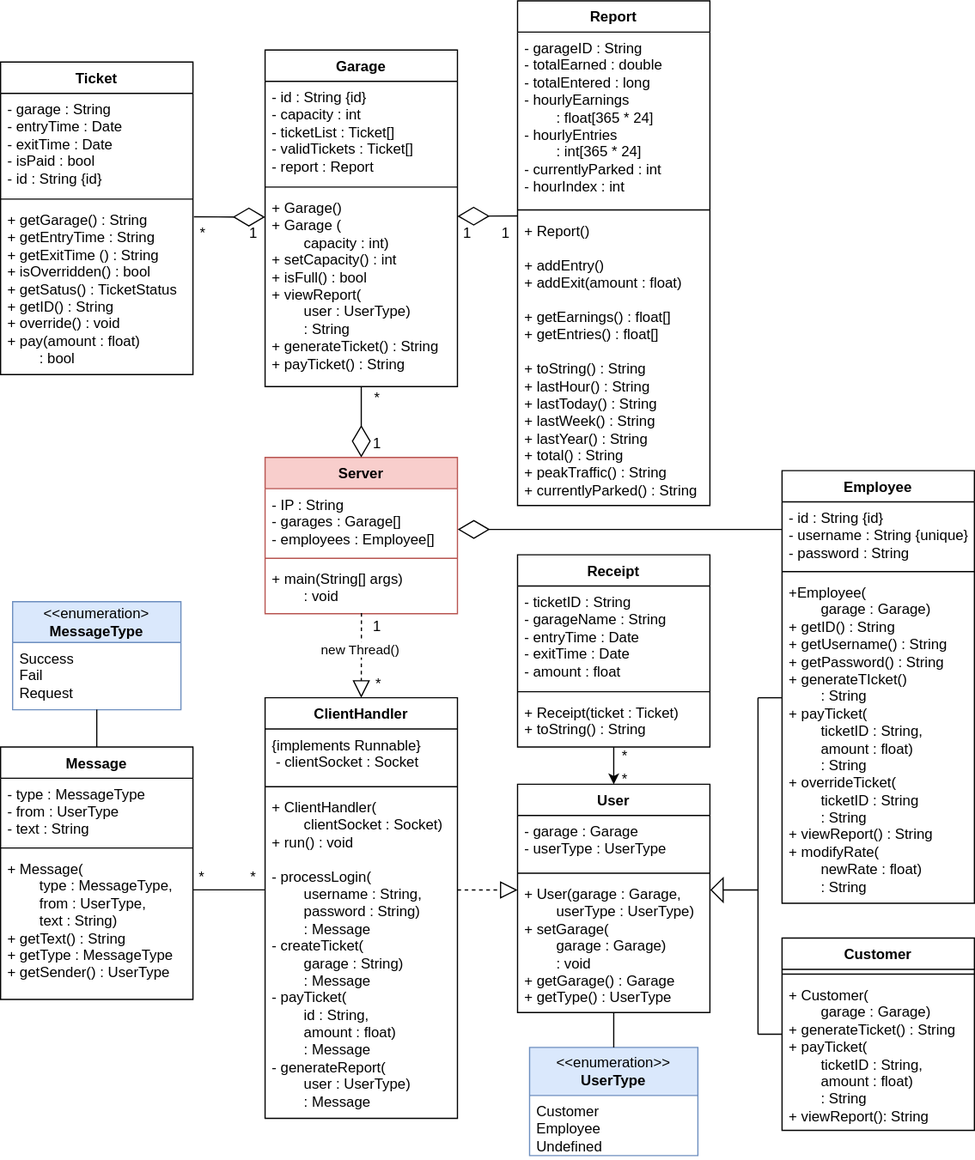
This is design/Diagrams/ServerSideFull.svg from CSUEB-CS401-02-SP25-Group-Project-1/parking-garage-system, a draw.io export, as it was before one commit. Source tidied: cells renumbered, new cells last; positions are measured from the earlier drawing's top-left corner, leaving out a move shared by most shapes.
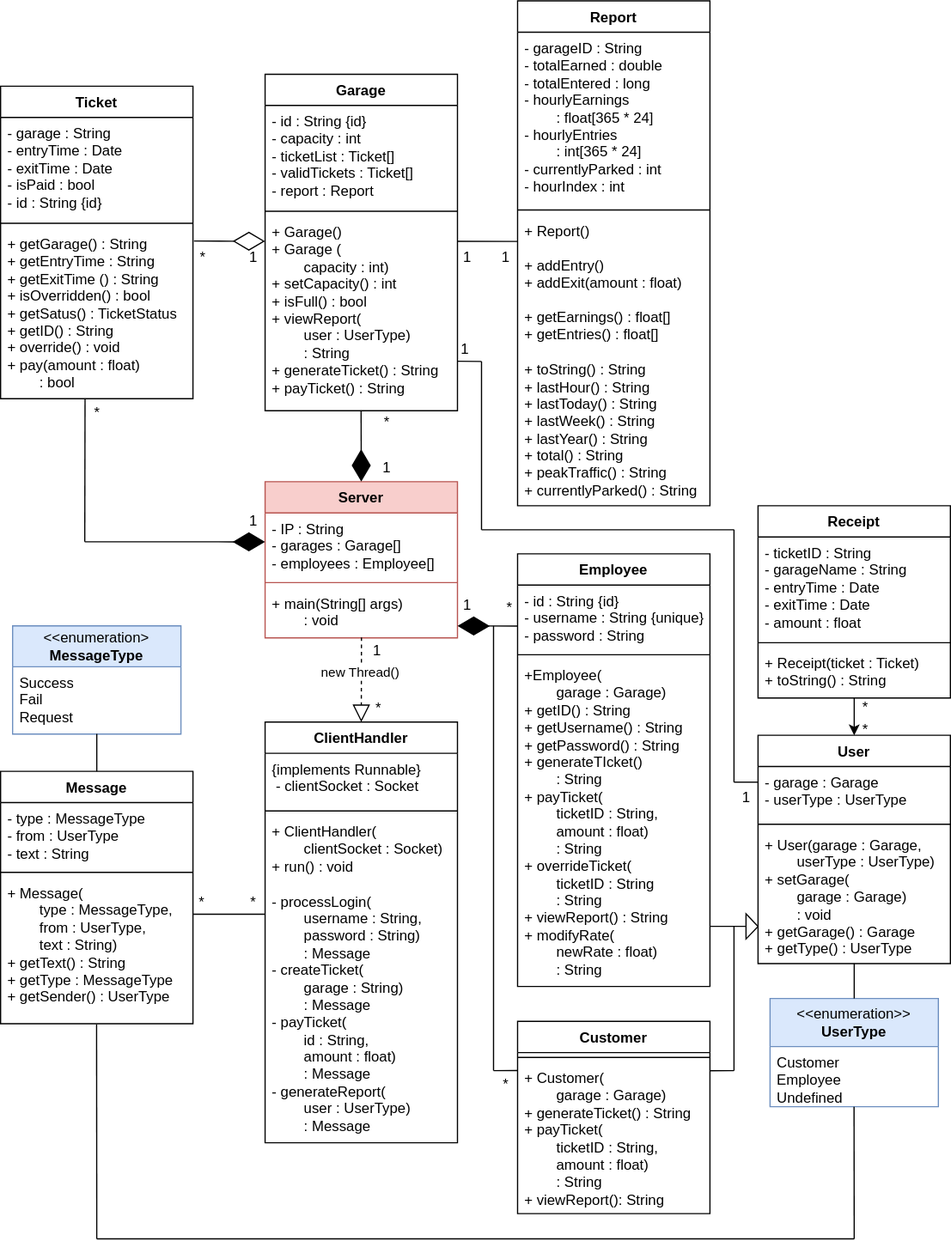
Later version of the same file.

Commit message:
Edited ServerSideDiagram relationships to accurately reflect their interactions

The edit, as a diff of the source:
```diff
@@ -57,7 +57,7 @@
       <mxGeometry y="34" width="140" height="56" as="geometry" />
     </mxCell>
     <mxCell id="20" value="Receipt" style="swimlane;fontStyle=1;align=center;verticalAlign=top;horizontal=1;startSize=26;whiteSpace=wrap;html=1;" parent="1" vertex="1">
-      <mxGeometry x="430" y="461" width="160" height="160" as="geometry" />
+      <mxGeometry x="630" y="400" width="160" height="160" as="geometry" />
     </mxCell>
     <mxCell id="21" value="&lt;div&gt;- ticketID : String&lt;/div&gt;&lt;div&gt;- garageName : String&lt;/div&gt;&lt;div&gt;- entryTime : Date&lt;/div&gt;&lt;div&gt;- exitTime : Date&lt;/div&gt;&lt;div&gt;- amount : float&lt;/div&gt;" style="text;strokeColor=none;fillColor=none;align=left;verticalAlign=top;spacingLeft=4;spacingRight=4;overflow=hidden;whiteSpace=wrap;html=1;" parent="20" vertex="1">
       <mxGeometry y="26" width="160" height="84" as="geometry" />
@@ -69,7 +69,7 @@
       <mxGeometry y="118" width="160" height="42" as="geometry" />
     </mxCell>
     <mxCell id="24" value="Customer" style="swimlane;fontStyle=1;align=center;verticalAlign=top;horizontal=1;startSize=26;whiteSpace=wrap;html=1;" parent="1" vertex="1">
-      <mxGeometry x="650" y="780" width="160" height="160" as="geometry" />
+      <mxGeometry x="430" y="829" width="160" height="160" as="geometry" />
     </mxCell>
     <mxCell id="25" value="&#10;" style="line;strokeWidth=1;fillColor=none;align=left;verticalAlign=middle;spacingTop=-1;spacingLeft=3;spacingRight=3;labelPosition=right;strokeColor=inherit;" parent="24" vertex="1">
       <mxGeometry y="26" width="160" height="8" as="geometry" />
@@ -78,7 +78,7 @@
       <mxGeometry y="34" width="160" height="126" as="geometry" />
     </mxCell>
     <mxCell id="27" value="User" style="swimlane;fontStyle=1;align=center;verticalAlign=top;horizontal=1;startSize=26;whiteSpace=wrap;html=1;" parent="1" vertex="1">
-      <mxGeometry x="430" y="652" width="160" height="190" as="geometry" />
+      <mxGeometry x="630" y="591" width="160" height="190" as="geometry" />
     </mxCell>
     <mxCell id="28" value="&lt;div&gt;- garage : Garage&lt;/div&gt;&lt;div&gt;- userType : UserType&lt;/div&gt;" style="text;strokeColor=none;fillColor=none;align=left;verticalAlign=top;spacingLeft=4;spacingRight=4;overflow=hidden;whiteSpace=wrap;html=1;" parent="27" vertex="1">
       <mxGeometry y="26" width="160" height="44" as="geometry" />
@@ -90,13 +90,13 @@
       <mxGeometry y="78" width="160" height="112" as="geometry" />
     </mxCell>
     <mxCell id="31" value="&lt;div&gt;&amp;lt;&amp;lt;enumeration&amp;gt;&amp;gt;&lt;/div&gt;&lt;div&gt;&lt;b&gt;UserType&lt;/b&gt;&lt;/div&gt;" style="swimlane;fontStyle=0;horizontal=1;startSize=40;fillColor=#dae8fc;whiteSpace=wrap;html=1;strokeColor=#6c8ebf;" parent="1" vertex="1">
-      <mxGeometry x="440" y="871" width="140" height="90" as="geometry" />
+      <mxGeometry x="640" y="810" width="140" height="90" as="geometry" />
     </mxCell>
     <mxCell id="32" value="&lt;div&gt;Customer&lt;/div&gt;&lt;div&gt;Employee&lt;/div&gt;&lt;div&gt;Undefined&lt;/div&gt;" style="text;strokeColor=none;fillColor=none;align=left;verticalAlign=top;spacingLeft=4;spacingRight=4;overflow=hidden;points=[[0,0.5],[1,0.5]];portConstraint=eastwest;whiteSpace=wrap;html=1;" parent="31" vertex="1">
       <mxGeometry y="40" width="140" height="50" as="geometry" />
     </mxCell>
     <mxCell id="33" value="Employee" style="swimlane;fontStyle=1;align=center;verticalAlign=top;horizontal=1;startSize=26;whiteSpace=wrap;html=1;" parent="1" vertex="1">
-      <mxGeometry x="650" y="391" width="160" height="360" as="geometry" />
+      <mxGeometry x="430" y="440" width="160" height="360" as="geometry" />
     </mxCell>
     <mxCell id="34" value="&lt;div&gt;- id : String {id}&lt;/div&gt;&lt;div&gt;- username : String {unique}&lt;/div&gt;&lt;div&gt;- password : String&lt;/div&gt;&lt;div&gt;&lt;br&gt;&lt;/div&gt;&lt;div&gt;&lt;br&gt;&lt;/div&gt;" style="text;strokeColor=none;fillColor=none;align=left;verticalAlign=top;spacingLeft=4;spacingRight=4;overflow=hidden;points=[[0,0.5],[1,0.5]];portConstraint=eastwest;whiteSpace=wrap;html=1;" parent="33" vertex="1">
       <mxGeometry y="26" width="160" height="54" as="geometry" />
@@ -120,7 +120,7 @@
       <mxGeometry y="118" width="160" height="162" as="geometry" />
     </mxCell>
     <mxCell id="41" value="Report" style="swimlane;fontStyle=1;align=center;verticalAlign=top;horizontal=1;startSize=26;whiteSpace=wrap;html=1;" parent="1" vertex="1">
-      <mxGeometry x="430" width="160" height="420" as="geometry" />
+      <mxGeometry x="430" y="-20" width="160" height="420" as="geometry" />
     </mxCell>
     <mxCell id="42" value="&lt;div&gt;- garageID : String&lt;/div&gt;&lt;div&gt;- totalEarned : double&lt;/div&gt;&lt;div&gt;- totalEntered : long&lt;/div&gt;&lt;div&gt;- hourlyEarnings&lt;/div&gt;&lt;div&gt;&lt;span style=&quot;white-space: pre;&quot;&gt;&#9;&lt;/span&gt;: float[365 * 24]&lt;/div&gt;&lt;div&gt;- hourlyEntries&lt;/div&gt;&lt;div&gt;&lt;span style=&quot;white-space: pre;&quot;&gt;&#9;&lt;/span&gt;: int[365 * 24]&lt;/div&gt;&lt;div&gt;- currentlyParked : int&lt;/div&gt;&lt;div&gt;- hourIndex : int&lt;/div&gt;" style="text;strokeColor=none;fillColor=none;align=left;verticalAlign=top;spacingLeft=4;spacingRight=4;overflow=hidden;whiteSpace=wrap;html=1;" parent="41" vertex="1">
       <mxGeometry y="26" width="160" height="144" as="geometry" />
@@ -134,42 +134,14 @@
     <mxCell id="45" style="endArrow=none;html=1;rounded=0;entryX=0.5;entryY=0;entryDx=0;entryDy=0;exitX=0.5;exitY=0.999;exitDx=0;exitDy=0;exitPerimeter=0;" parent="1" edge="1" source="30" target="31">
       <mxGeometry relative="1" as="geometry" />
     </mxCell>
-    <mxCell id="46" style="triangle;whiteSpace=wrap;html=1;rotation=-180;" parent="1" vertex="1">
-      <mxGeometry x="591" y="730" width="10" height="20" as="geometry" />
-    </mxCell>
-    <mxCell id="47" style="endArrow=none;html=1;rounded=0;exitX=0;exitY=0.5;exitDx=0;exitDy=0;" parent="1" edge="1" source="46">
-      <mxGeometry relative="1" as="geometry">
-        <mxPoint x="630" y="740" as="targetPoint" />
-      </mxGeometry>
-    </mxCell>
-    <mxCell id="48" style="endArrow=none;html=1;rounded=0;entryX=0.001;entryY=0.365;entryDx=0;entryDy=0;entryPerimeter=0;" parent="1" edge="1" target="26">
-      <mxGeometry relative="1" as="geometry">
-        <mxPoint x="630" y="860" as="sourcePoint" />
-      </mxGeometry>
-    </mxCell>
-    <mxCell id="49" style="endArrow=none;html=1;rounded=0;" parent="1" edge="1">
-      <mxGeometry relative="1" as="geometry">
-        <mxPoint x="630" y="580" as="sourcePoint" />
-        <mxPoint x="650" y="580" as="targetPoint" />
-      </mxGeometry>
-    </mxCell>
-    <mxCell id="50" style="endArrow=none;html=1;rounded=0;" parent="1" edge="1">
-      <mxGeometry relative="1" as="geometry">
-        <mxPoint x="630" y="860" as="sourcePoint" />
-        <mxPoint x="630" y="580" as="targetPoint" />
-      </mxGeometry>
-    </mxCell>
     <mxCell id="51" style="endArrow=classic;html=1;rounded=0;entryX=0.5;entryY=0;entryDx=0;entryDy=0;exitX=0.5;exitY=1.003;exitDx=0;exitDy=0;exitPerimeter=0;" parent="1" edge="1" source="23" target="27">
       <mxGeometry relative="1" as="geometry" />
     </mxCell>
-    <mxCell id="52" style="endArrow=diamondThin;endFill=0;endSize=24;html=1;rounded=0;entryX=0.5;entryY=0;entryDx=0;entryDy=0;exitX=0.5;exitY=1.002;exitDx=0;exitDy=0;exitPerimeter=0;" parent="1" edge="1" source="40" target="2">
-      <mxGeometry relative="1" as="geometry" />
-    </mxCell>
     <mxCell id="53" value="*" style="text;html=1;align=center;verticalAlign=middle;strokeColor=none;fillColor=none;" parent="1" vertex="1">
-      <mxGeometry x="504" y="614" width="30" height="30" as="geometry" />
+      <mxGeometry x="704" y="553" width="30" height="30" as="geometry" />
     </mxCell>
     <mxCell id="54" value="*" style="text;html=1;align=center;verticalAlign=middle;strokeColor=none;fillColor=none;" parent="1" vertex="1">
-      <mxGeometry x="504" y="633" width="30" height="30" as="geometry" />
+      <mxGeometry x="704" y="572" width="30" height="30" as="geometry" />
     </mxCell>
     <mxCell id="55" style="endArrow=block;dashed=1;endFill=0;endSize=12;html=1;rounded=0;exitX=0.501;exitY=0.989;exitDx=0;exitDy=0;exitPerimeter=0;" parent="1" edge="1" source="5">
       <mxGeometry relative="1" as="geometry">
@@ -187,17 +159,11 @@
         <mxPoint x="220" y="180" as="targetPoint" />
       </mxGeometry>
     </mxCell>
-    <mxCell id="59" style="endArrow=diamondThin;endFill=0;endSize=24;html=1;rounded=0;entryX=1;entryY=0.255;entryDx=0;entryDy=0;entryPerimeter=0;exitX=-0.001;exitY=0.091;exitDx=0;exitDy=0;exitPerimeter=0;" parent="1" edge="1">
-      <mxGeometry relative="1" as="geometry">
-        <mxPoint x="429.8" y="179" as="sourcePoint" />
-        <mxPoint x="380" y="179.3" as="targetPoint" />
-      </mxGeometry>
-    </mxCell>
     <mxCell id="60" value="1" style="text;html=1;align=center;verticalAlign=middle;strokeColor=none;fillColor=none;" parent="1" vertex="1">
-      <mxGeometry x="298" y="354" width="30" height="30" as="geometry" />
+      <mxGeometry x="306" y="354" width="30" height="30" as="geometry" />
     </mxCell>
     <mxCell id="61" value="*" style="text;html=1;align=center;verticalAlign=middle;strokeColor=none;fillColor=none;" parent="1" vertex="1">
-      <mxGeometry x="298" y="316" width="30" height="30" as="geometry" />
+      <mxGeometry x="306" y="316" width="30" height="30" as="geometry" />
     </mxCell>
     <mxCell id="62" value="1" style="text;html=1;align=center;verticalAlign=middle;strokeColor=none;fillColor=none;" parent="1" vertex="1">
       <mxGeometry x="405" y="179" width="30" height="30" as="geometry" />
@@ -226,13 +192,123 @@
     <mxCell id="70" value="*" style="text;html=1;align=center;verticalAlign=middle;strokeColor=none;fillColor=none;" parent="1" vertex="1">
       <mxGeometry x="195" y="715" width="30" height="30" as="geometry" />
     </mxCell>
-    <mxCell id="71" style="endArrow=diamondThin;endFill=0;endSize=24;html=1;rounded=0;exitX=0.002;exitY=0.425;exitDx=0;exitDy=0;exitPerimeter=0;entryX=1.001;entryY=0.628;entryDx=0;entryDy=0;entryPerimeter=0;" parent="1" edge="1" source="34" target="3">
-      <mxGeometry relative="1" as="geometry" />
-    </mxCell>
-    <mxCell id="72" style="endArrow=block;dashed=1;endFill=0;endSize=12;html=1;rounded=0;entryX=0;entryY=0.089;entryDx=0;entryDy=0;entryPerimeter=0;" parent="1" edge="1" target="30">
-      <mxGeometry relative="1" as="geometry">
-        <mxPoint x="380" y="740" as="sourcePoint" />
-      </mxGeometry>
-    </mxCell>
+    <mxCell id="73" style="endArrow=none;html=1;rounded=0;" parent="1" edge="1">
+      <mxGeometry relative="1" as="geometry">
+        <mxPoint x="410" y="870" as="sourcePoint" />
+        <mxPoint x="410" y="500" as="targetPoint" />
+      </mxGeometry>
+    </mxCell>
+    <mxCell id="74" value="*" style="text;html=1;align=center;verticalAlign=middle;strokeColor=none;fillColor=none;" parent="1" vertex="1">
+      <mxGeometry x="405" y="867" width="30" height="30" as="geometry" />
+    </mxCell>
+    <mxCell id="75" style="endArrow=diamondThin;endFill=1;endSize=24;html=1;rounded=0;exitX=0.002;exitY=0.632;exitDx=0;exitDy=0;exitPerimeter=0;entryX=1;entryY=0.762;entryDx=0;entryDy=0;entryPerimeter=0;" parent="1" edge="1" source="34" target="5">
+      <mxGeometry relative="1" as="geometry" />
+    </mxCell>
+    <mxCell id="76" value="*" style="text;html=1;align=center;verticalAlign=middle;strokeColor=none;fillColor=none;" parent="1" vertex="1">
+      <mxGeometry x="408" y="470" width="30" height="30" as="geometry" />
+    </mxCell>
+    <mxCell id="77" value="1" style="text;html=1;align=center;verticalAlign=middle;strokeColor=none;fillColor=none;" parent="1" vertex="1">
+      <mxGeometry x="373" y="468" width="30" height="30" as="geometry" />
+    </mxCell>
+    <mxCell id="78" style="triangle;whiteSpace=wrap;html=1;" parent="1" vertex="1">
+      <mxGeometry x="620" y="739.5" width="10" height="21" as="geometry" />
+    </mxCell>
+    <mxCell id="79" style="endArrow=none;html=1;rounded=0;exitX=1;exitY=0.374;exitDx=0;exitDy=0;exitPerimeter=0;" parent="1" edge="1">
+      <mxGeometry relative="1" as="geometry">
+        <mxPoint x="590" y="870.1" as="sourcePoint" />
+        <mxPoint x="610" y="870" as="targetPoint" />
+      </mxGeometry>
+    </mxCell>
+    <mxCell id="80" style="endArrow=none;html=1;rounded=0;" parent="1" edge="1">
+      <mxGeometry relative="1" as="geometry">
+        <mxPoint x="610" y="870" as="sourcePoint" />
+        <mxPoint x="610" y="750" as="targetPoint" />
+      </mxGeometry>
+    </mxCell>
+    <mxCell id="81" style="endArrow=none;html=1;rounded=0;" parent="1" edge="1">
+      <mxGeometry relative="1" as="geometry">
+        <mxPoint x="400" y="420" as="sourcePoint" />
+        <mxPoint x="400" y="280" as="targetPoint" />
+      </mxGeometry>
+    </mxCell>
+    <mxCell id="82" style="endArrow=none;html=1;rounded=0;exitX=1;exitY=0.931;exitDx=0;exitDy=0;exitPerimeter=0;" parent="1" edge="1">
+      <mxGeometry relative="1" as="geometry">
+        <mxPoint x="380" y="279.8" as="sourcePoint" />
+        <mxPoint x="400" y="280" as="targetPoint" />
+      </mxGeometry>
+    </mxCell>
+    <mxCell id="52" style="endArrow=diamondThin;endFill=1;endSize=24;html=1;rounded=0;entryX=0.5;entryY=0;entryDx=0;entryDy=0;exitX=0.499;exitY=1.001;exitDx=0;exitDy=0;exitPerimeter=0;" parent="1" edge="1" source="40" target="2">
+      <mxGeometry relative="1" as="geometry" />
+    </mxCell>
+    <mxCell id="83" style="endArrow=none;html=1;rounded=0;entryX=0;entryY=0.5;entryDx=0;entryDy=0;exitX=1;exitY=0.816;exitDx=0;exitDy=0;exitPerimeter=0;" parent="1" edge="1" source="36" target="78">
+      <mxGeometry relative="1" as="geometry" />
+    </mxCell>
+    <mxCell id="84" style="endArrow=none;html=1;rounded=0;" parent="1" edge="1">
+      <mxGeometry relative="1" as="geometry">
+        <mxPoint x="610" y="630" as="sourcePoint" />
+        <mxPoint x="610" y="420" as="targetPoint" />
+      </mxGeometry>
+    </mxCell>
+    <mxCell id="85" style="endArrow=none;html=1;rounded=0;" parent="1" edge="1">
+      <mxGeometry relative="1" as="geometry">
+        <mxPoint x="400" y="420" as="sourcePoint" />
+        <mxPoint x="610" y="420" as="targetPoint" />
+      </mxGeometry>
+    </mxCell>
+    <mxCell id="86" value="1" style="text;html=1;align=center;verticalAlign=middle;strokeColor=none;fillColor=none;" parent="1" vertex="1">
+      <mxGeometry x="605" y="628" width="30" height="30" as="geometry" />
+    </mxCell>
+    <mxCell id="87" value="1" style="text;html=1;align=center;verticalAlign=middle;strokeColor=none;fillColor=none;" parent="1" vertex="1">
+      <mxGeometry x="371" y="255" width="30" height="30" as="geometry" />
+    </mxCell>
+    <mxCell id="88" style="endArrow=none;html=1;rounded=0;entryX=0;entryY=0.055;entryDx=0;entryDy=0;entryPerimeter=0;" parent="1" edge="1" target="26">
+      <mxGeometry relative="1" as="geometry">
+        <mxPoint x="410" y="870" as="sourcePoint" />
+      </mxGeometry>
+    </mxCell>
+    <mxCell id="89" style="endArrow=diamondThin;endFill=1;endSize=24;html=1;rounded=0;entryX=0;entryY=0.446;entryDx=0;entryDy=0;entryPerimeter=0;" parent="1" edge="1" target="3">
+      <mxGeometry relative="1" as="geometry">
+        <mxPoint x="70" y="430" as="sourcePoint" />
+      </mxGeometry>
+    </mxCell>
+    <mxCell id="90" style="endArrow=none;html=1;rounded=0;exitX=0.439;exitY=0.999;exitDx=0;exitDy=0;exitPerimeter=0;" parent="1" edge="1" source="13">
+      <mxGeometry relative="1" as="geometry">
+        <mxPoint x="70" y="430" as="targetPoint" />
+      </mxGeometry>
+    </mxCell>
+    <mxCell id="91" value="*" style="text;html=1;align=center;verticalAlign=middle;strokeColor=none;fillColor=none;" parent="1" vertex="1">
+      <mxGeometry x="65" y="308" width="30" height="30" as="geometry" />
+    </mxCell>
+    <mxCell id="92" value="1" style="text;html=1;align=center;verticalAlign=middle;strokeColor=none;fillColor=none;" parent="1" vertex="1">
+      <mxGeometry x="195" y="398" width="30" height="30" as="geometry" />
+    </mxCell>
+    <mxCell id="93" style="endArrow=none;html=1;rounded=0;entryX=0;entryY=0.068;entryDx=0;entryDy=0;entryPerimeter=0;" parent="1" edge="1">
+      <mxGeometry relative="1" as="geometry">
+        <mxPoint x="610" y="630" as="sourcePoint" />
+        <mxPoint x="630" y="630" as="targetPoint" />
+      </mxGeometry>
+    </mxCell>
+    <mxCell id="94" style="endArrow=none;html=1;rounded=0;exitX=1;exitY=0.068;exitDx=0;exitDy=0;exitPerimeter=0;entryX=0;entryY=0.05;entryDx=0;entryDy=0;entryPerimeter=0;" parent="1" edge="1">
+      <mxGeometry relative="1" as="geometry">
+        <mxPoint x="380" y="180" as="sourcePoint" />
+        <mxPoint x="430" y="180.1" as="targetPoint" />
+      </mxGeometry>
+    </mxCell>
+    <mxCell id="95" style="endArrow=none;html=1;rounded=0;entryX=0.499;entryY=1.004;entryDx=0;entryDy=0;entryPerimeter=0;" parent="1" edge="1" target="17">
+      <mxGeometry relative="1" as="geometry">
+        <mxPoint x="80" y="1010" as="sourcePoint" />
+      </mxGeometry>
+    </mxCell>
+    <mxCell id="96" style="endArrow=none;html=1;rounded=0;entryX=0.499;entryY=1.001;entryDx=0;entryDy=0;entryPerimeter=0;" parent="1" edge="1" target="32">
+      <mxGeometry relative="1" as="geometry">
+        <mxPoint x="710" y="1010" as="sourcePoint" />
+      </mxGeometry>
+    </mxCell>
+    <mxCell id="97" style="endArrow=none;html=1;rounded=0;" parent="1" edge="1">
+      <mxGeometry relative="1" as="geometry">
+        <mxPoint x="80" y="1010" as="sourcePoint" />
+        <mxPoint x="710" y="1010" as="targetPoint" />
+      </mxGeometry>
+    </mxCell>
   </root>
 </mxGraphModel>
```
